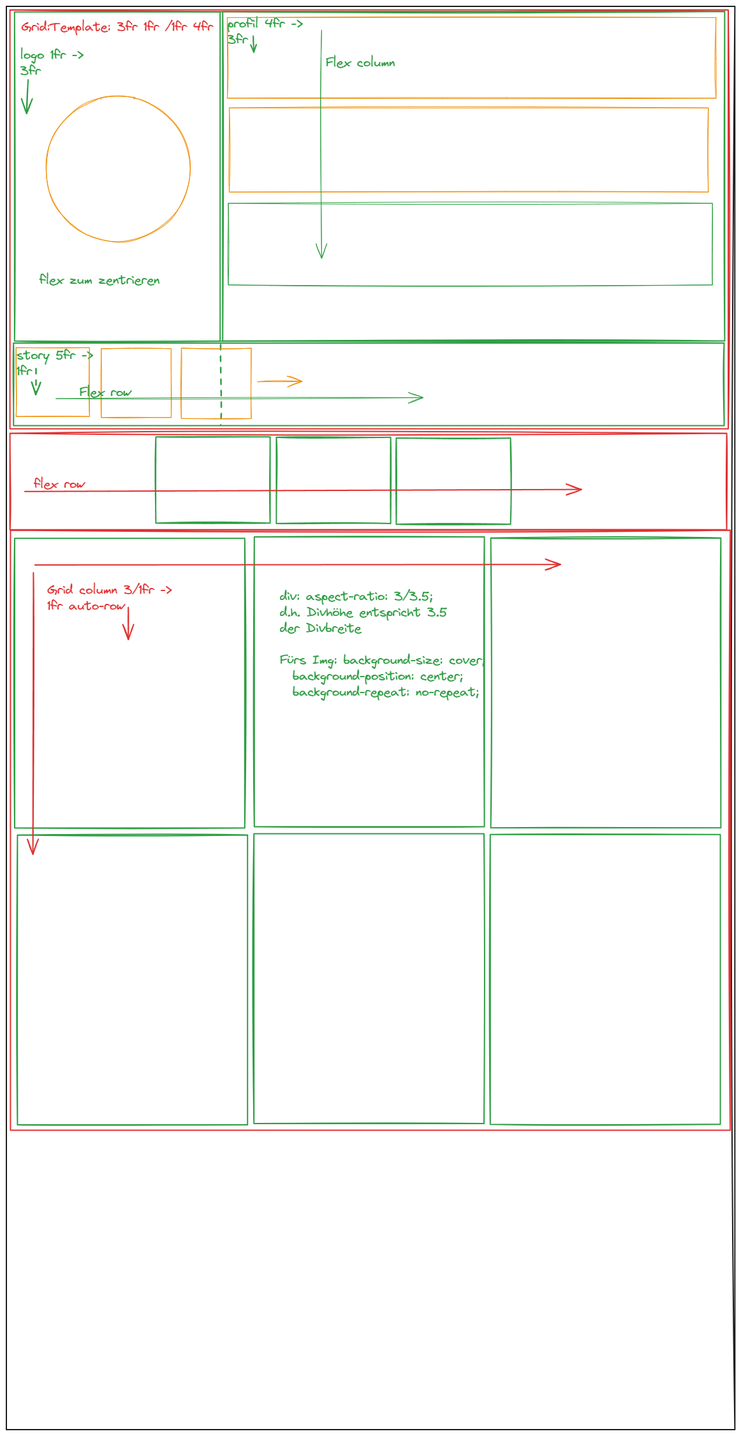
ThomasDDDD/Insta-clone keeps this Excalidraw diagram as Layout-rework.png. Above is the earlier version. Source tidied: one line per element, renumbered; positions are measured from the earlier drawing's top-left corner, leaving out a move shared by most shapes.
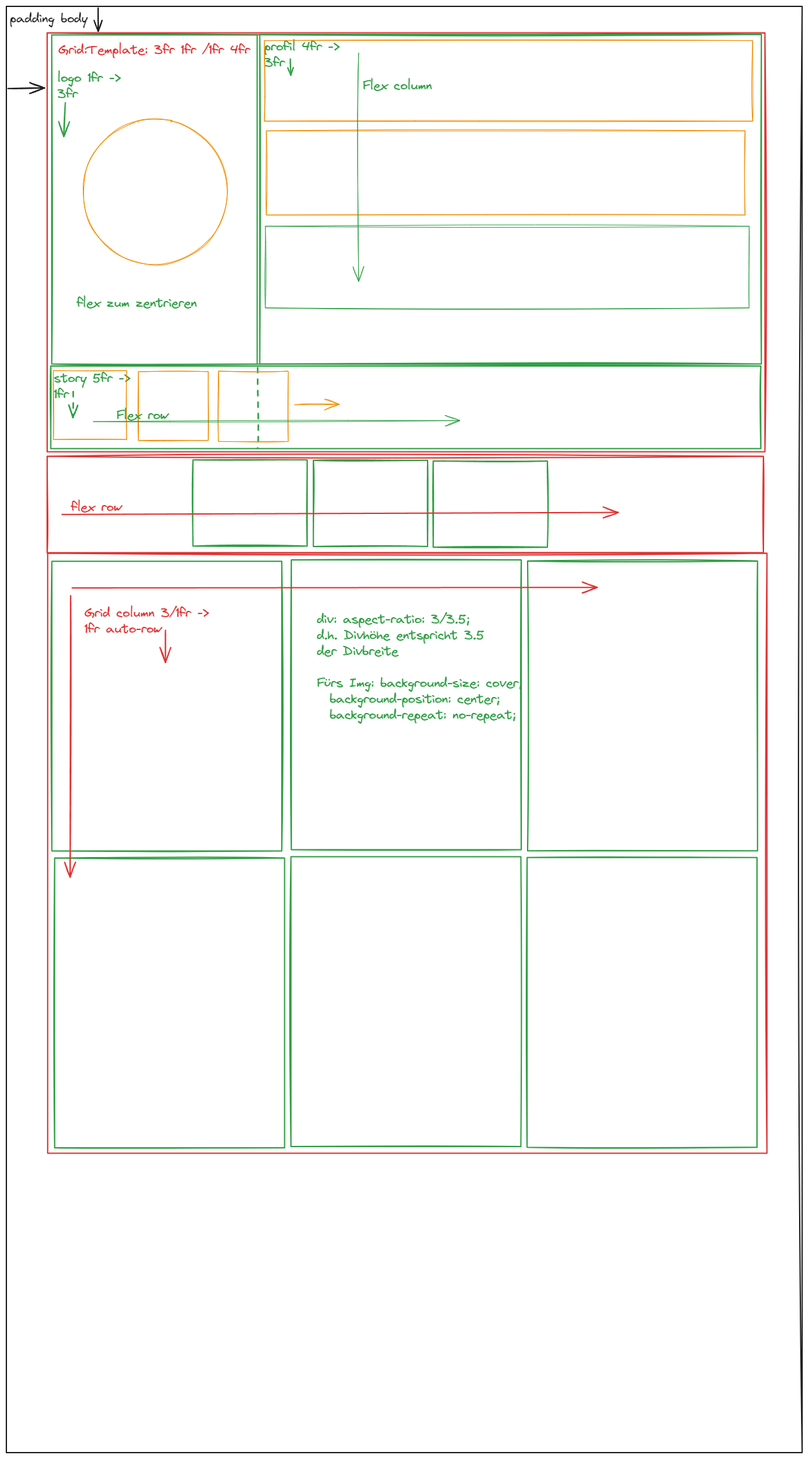
The same diagram one commit later.

What changed in the source:
```diff
@@ -1,4 +1,4 @@
-{"id": 0, "type": "rectangle", "strokeColor": "#1e1e1e", "strokeWidth": 2, "roughness": 1, "x": 0, "y": 0, "width": 1142, "height": 2232}
+{"id": 0, "type": "rectangle", "strokeColor": "#1e1e1e", "strokeWidth": 2, "roughness": 1, "x": -58, "y": -36, "width": 1249, "height": 2268}
 {"id": 1, "type": "rectangle", "strokeColor": "#e03131", "strokeWidth": 2, "roughness": 1, "x": 6, "y": 6, "width": 1126, "height": 657}
 {"id": 2, "type": "rectangle", "strokeColor": "#2f9e44", "strokeWidth": 2, "roughness": 1, "x": 13, "y": 9, "width": 322, "height": 516}
 {"id": 3, "type": "rectangle", "strokeColor": "#2f9e44", "strokeWidth": 2, "roughness": 1, "x": 339, "y": 8, "width": 787, "height": 517}
@@ -42,3 +42,6 @@
 {"id": 41, "type": "arrow", "strokeColor": "#e03131", "strokeWidth": 2, "roughness": 1, "endArrowhead": "arrow", "from": 40, "x": 191, "y": 942, "width": 0, "height": 50, "points": [[0, 0], [0, 50]]}
 {"id": 42, "type": "text", "text": "div: aspect-ratio: 3/3.5;\nd.h. Divhöhe entspricht 3.5\nder Divbreite\n\nFürs Img: background-size: cover;\n  background-position: center;\n  background-repeat: no-repeat;", "strokeColor": "#2f9e44", "strokeWidth": 2, "roughness": 1, "fontSize": 20, "fontFamily": 1, "x": 429, "y": 914, "width": 322, "height": 175}
 {"id": 43, "type": "text", "text": "Grid:Template: 3fr 1fr /1fr 4fr", "strokeColor": "#e03131", "strokeWidth": 2, "roughness": 1, "fontSize": 20, "fontFamily": 1, "x": 23, "y": 20, "width": 301, "height": 25}
+{"id": 44, "type": "arrow", "strokeColor": "#1e1e1e", "strokeWidth": 2, "roughness": 1, "endArrowhead": "arrow", "from": 0, "to": 2, "x": -56, "y": 93, "width": 58, "height": 1, "points": [[0, 0], [58, -1]]}
+{"id": 45, "type": "arrow", "strokeColor": "#1e1e1e", "strokeWidth": 2, "roughness": 1, "endArrowhead": "arrow", "from": 0, "to": 2, "x": 86, "y": -34, "width": 0, "height": 37, "points": [[0, 0], [0, 37]]}
+{"id": 46, "type": "text", "text": "padding body", "strokeColor": "#1e1e1e", "strokeWidth": 2, "roughness": 1, "fontSize": 20, "fontFamily": 1, "x": -53, "y": -29, "width": 122, "height": 25}
```
